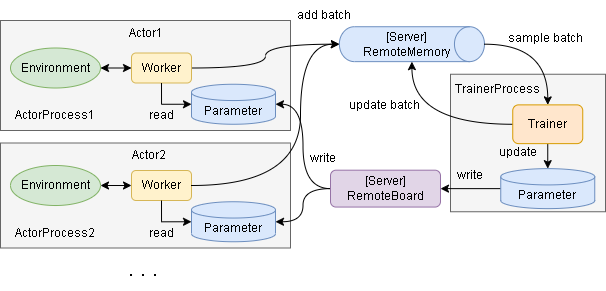
pocokhc/simple_distributed_rl keeps this draw.io diagram as diagrams/overview-distributed.drawio.png. Above is the earlier version. Source tidied: cells renumbered, new cells last; positions are measured from the earlier drawing's top-left corner, leaving out a move shared by most shapes.
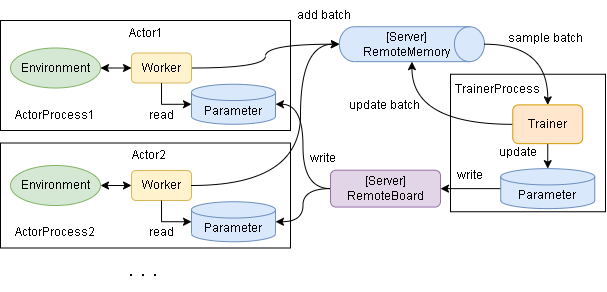
The same file after the commit.

Diff of the diagram source:
```diff
@@ -2,10 +2,10 @@
   <root>
     <mxCell id="0" />
     <mxCell id="1" parent="0" />
-    <mxCell id="2" style="rounded=0;whiteSpace=wrap;html=1;fillColor=#f5f5f5;fontColor=#333333;strokeColor=#666666;" parent="1" vertex="1">
+    <mxCell id="2" style="rounded=0;whiteSpace=wrap;html=1;" parent="1" vertex="1">
       <mxGeometry x="450" y="102.8" width="155" height="137.5" as="geometry" />
     </mxCell>
-    <mxCell id="3" style="rounded=0;whiteSpace=wrap;html=1;fillColor=#f5f5f5;fontColor=#333333;strokeColor=#666666;" parent="1" vertex="1">
+    <mxCell id="3" style="rounded=0;whiteSpace=wrap;html=1;" parent="1" vertex="1">
       <mxGeometry y="49" width="290" height="110" as="geometry" />
     </mxCell>
     <mxCell id="4" style="edgeStyle=none;rounded=0;jettySize=auto;html=1;exitX=1;exitY=0.5;exitDx=0;exitDy=0;startArrow=classic;startFill=1;" parent="1" edge="1" source="5" target="10">
@@ -74,7 +74,7 @@
     <mxCell id="25" value="Parameter" style="shape=cylinder3;whiteSpace=wrap;html=1;boundedLbl=1;backgroundOutline=1;size=8.142857142857167;fillColor=#dae8fc;strokeColor=#6c8ebf;" parent="1" vertex="1">
       <mxGeometry x="191" y="112.8" width="84" height="40" as="geometry" />
     </mxCell>
-    <mxCell id="26" style="rounded=0;whiteSpace=wrap;html=1;fillColor=#f5f5f5;fontColor=#333333;strokeColor=#666666;" parent="1" vertex="1">
+    <mxCell id="26" style="rounded=0;whiteSpace=wrap;html=1;" parent="1" vertex="1">
       <mxGeometry y="171.5" width="290" height="105" as="geometry" />
     </mxCell>
     <mxCell id="27" style="edgeStyle=none;rounded=0;jettySize=auto;html=1;exitX=1;exitY=0.5;exitDx=0;exitDy=0;startArrow=classic;startFill=1;" parent="1" edge="1" source="28" target="29">
```
